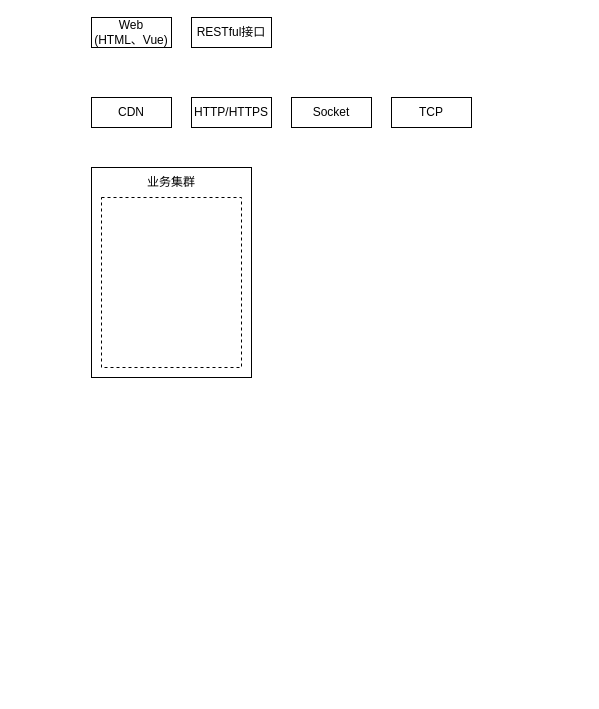
This is sys_struct.drawio from foreignbill/drawio, a draw.io file, before an edit. Source tidied: cells renumbered, new cells numbered last; positions are measured from the earlier drawing's top-left corner, leaving out a move shared by most shapes. Both pictures are drawn from the tidied source at 100%, with x=0, y=0 at pixel (91, 17).
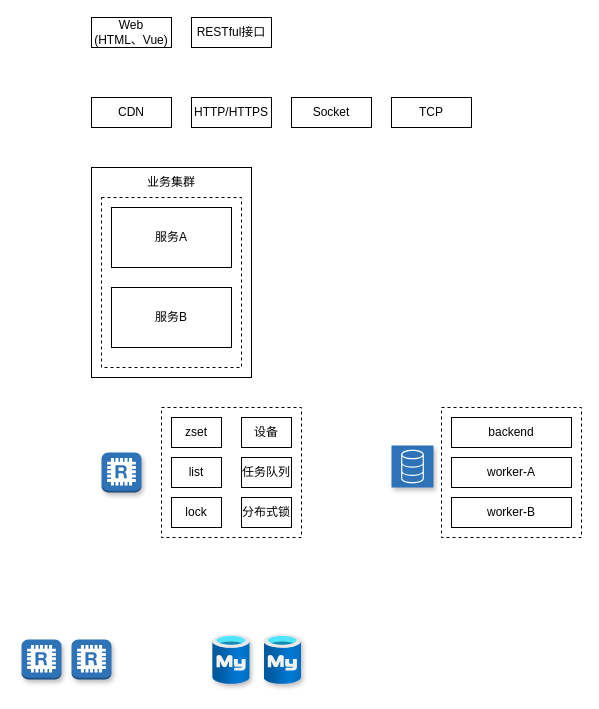
Above is the later version.

Diff of the diagram source:
```diff
@@
+    <mxCell id="11" value="服务A" style="rounded=0;whiteSpace=wrap;html=1;" parent="1" vertex="1">
+      <mxGeometry x="20" y="190" width="120" height="60" as="geometry" />
+    </mxCell>
+    <mxCell id="12" value="服务B" style="rounded=0;whiteSpace=wrap;html=1;" parent="1" vertex="1">
+      <mxGeometry x="20" y="270" width="120" height="60" as="geometry" />
+    </mxCell>
+    <mxCell id="13" style="dashed=0;verticalLabelPosition=bottom;verticalAlign=top;align=center;html=1;shape=mxgraph.aws3.redis;fillColor=#2E73B8;gradientColor=none;sketch=0;shadow=1;" parent="1" vertex="1">
+      <mxGeometry x="10" y="435" width="40" height="40" as="geometry" />
+    </mxCell>
+    <mxCell id="14" style="rounded=0;whiteSpace=wrap;html=1;dashed=1;" parent="1" vertex="1">
+      <mxGeometry x="70" y="390" width="140" height="130" as="geometry" />
+    </mxCell>
+    <mxCell id="15" value="zset" style="rounded=0;whiteSpace=wrap;html=1;" parent="1" vertex="1">
+      <mxGeometry x="80" y="400" width="50" height="30" as="geometry" />
+    </mxCell>
+    <mxCell id="16" value="list" style="rounded=0;whiteSpace=wrap;html=1;" parent="1" vertex="1">
+      <mxGeometry x="80" y="440" width="50" height="30" as="geometry" />
+    </mxCell>
+    <mxCell id="17" value="lock" style="rounded=0;whiteSpace=wrap;html=1;" parent="1" vertex="1">
+      <mxGeometry x="80" y="480" width="50" height="30" as="geometry" />
+    </mxCell>
+    <mxCell id="18" style="sketch=0;fontColor=#232F3E;gradientColor=#2E73B8;gradientDirection=north;fillColor=#2E73B8;strokeColor=#ffffff;dashed=0;verticalLabelPosition=bottom;verticalAlign=top;align=center;html=1;fontSize=12;fontStyle=0;shape=mxgraph.aws4.resourceIcon;resIcon=mxgraph.aws4.database;shadow=1;" parent="1" vertex="1">
+      <mxGeometry x="300" y="428" width="42" height="42" as="geometry" />
+    </mxCell>
+    <mxCell id="19" value="设备" style="rounded=0;whiteSpace=wrap;html=1;" parent="1" vertex="1">
+      <mxGeometry x="150" y="400" width="50" height="30" as="geometry" />
+    </mxCell>
+    <mxCell id="20" value="分布式锁" style="rounded=0;whiteSpace=wrap;html=1;" parent="1" vertex="1">
+      <mxGeometry x="150" y="480" width="50" height="30" as="geometry" />
+    </mxCell>
+    <mxCell id="21" value="任务队列" style="rounded=0;whiteSpace=wrap;html=1;" parent="1" vertex="1">
+      <mxGeometry x="150" y="440" width="50" height="30" as="geometry" />
+    </mxCell>
+    <mxCell id="22" style="rounded=0;whiteSpace=wrap;html=1;dashed=1;" parent="1" vertex="1">
+      <mxGeometry x="350" y="390" width="140" height="130" as="geometry" />
+    </mxCell>
+    <mxCell id="23" value="backend" style="rounded=0;whiteSpace=wrap;html=1;fillColor=#FFFFFF;gradientColor=#FFFFFF;" parent="1" vertex="1">
+      <mxGeometry x="360" y="400" width="120" height="30" as="geometry" />
+    </mxCell>
+    <mxCell id="24" value="worker-A" style="rounded=0;whiteSpace=wrap;html=1;fillColor=#FFFFFF;gradientColor=#FFFFFF;" parent="1" vertex="1">
+      <mxGeometry x="360" y="440" width="120" height="30" as="geometry" />
+    </mxCell>
+    <mxCell id="25" value="worker-B" style="rounded=0;whiteSpace=wrap;html=1;fillColor=#FFFFFF;gradientColor=#FFFFFF;" parent="1" vertex="1">
+      <mxGeometry x="360" y="480" width="120" height="30" as="geometry" />
+    </mxCell>
+    <mxCell id="26" style="dashed=0;verticalLabelPosition=bottom;verticalAlign=top;align=center;html=1;shape=mxgraph.aws3.redis;fillColor=#2E73B8;gradientColor=none;sketch=0;shadow=1;" parent="1" vertex="1">
+      <mxGeometry x="-70" y="622" width="40" height="40" as="geometry" />
+    </mxCell>
+    <mxCell id="27" style="dashed=0;verticalLabelPosition=bottom;verticalAlign=top;align=center;html=1;shape=mxgraph.aws3.redis;fillColor=#2E73B8;gradientColor=none;sketch=0;shadow=1;" parent="1" vertex="1">
+      <mxGeometry x="-20" y="622" width="40" height="40" as="geometry" />
+    </mxCell>
+    <mxCell id="28" style="html=1;align=center;image;fontSize=12;image=img/lib/azure2/databases/Azure_Database_MySQL_Server.svg;shadow=1;sketch=0;fillColor=#FFFFFF;gradientColor=#FFFFFF;" parent="1" vertex="1">
+      <mxGeometry x="121.2" y="617" width="37.5" height="50" as="geometry" />
+    </mxCell>
+    <mxCell id="29" style="html=1;align=center;image;fontSize=12;image=img/lib/azure2/databases/Azure_Database_MySQL_Server.svg;shadow=1;sketch=0;fillColor=#FFFFFF;gradientColor=#FFFFFF;" parent="1" vertex="1">
+      <mxGeometry x="172.5" y="617" width="37.5" height="50" as="geometry" />
+    </mxCell>
```
